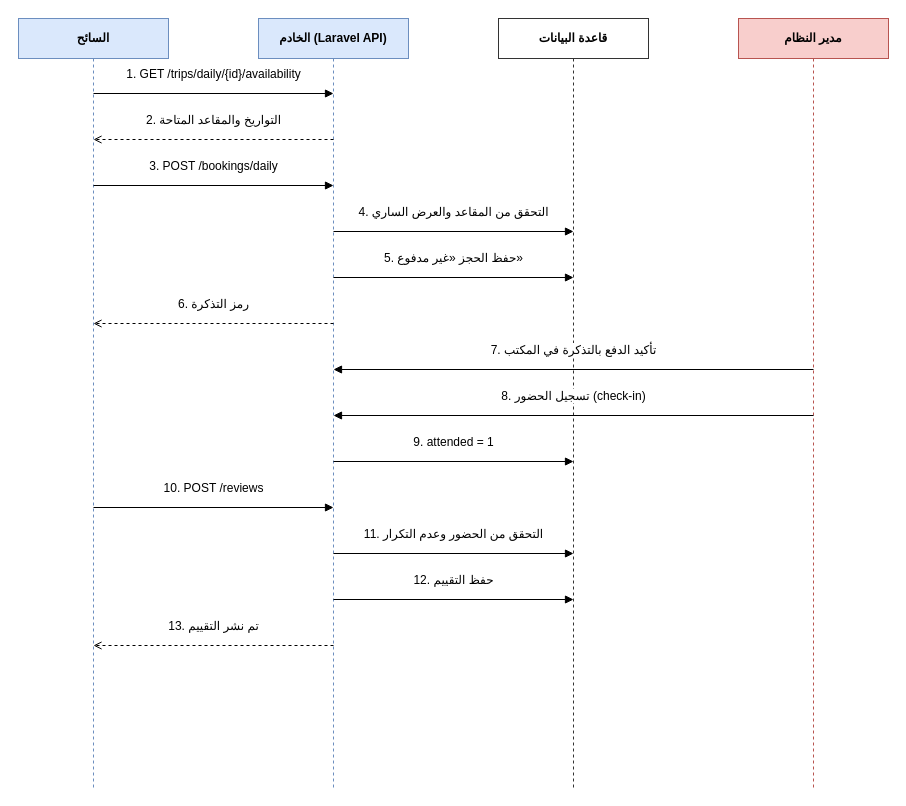
This is مخططات_التحليل_drawio/seq04_booking.drawio from masara-prog/Delni-project, a draw.io file, before an edit. Source tidied: cells renumbered, new cells numbered last; positions are measured from the earlier drawing's top-left corner, leaving out a move shared by most shapes. Both pictures are drawn from the tidied source at 100%, with x=0, y=0 at pixel (18, 18).
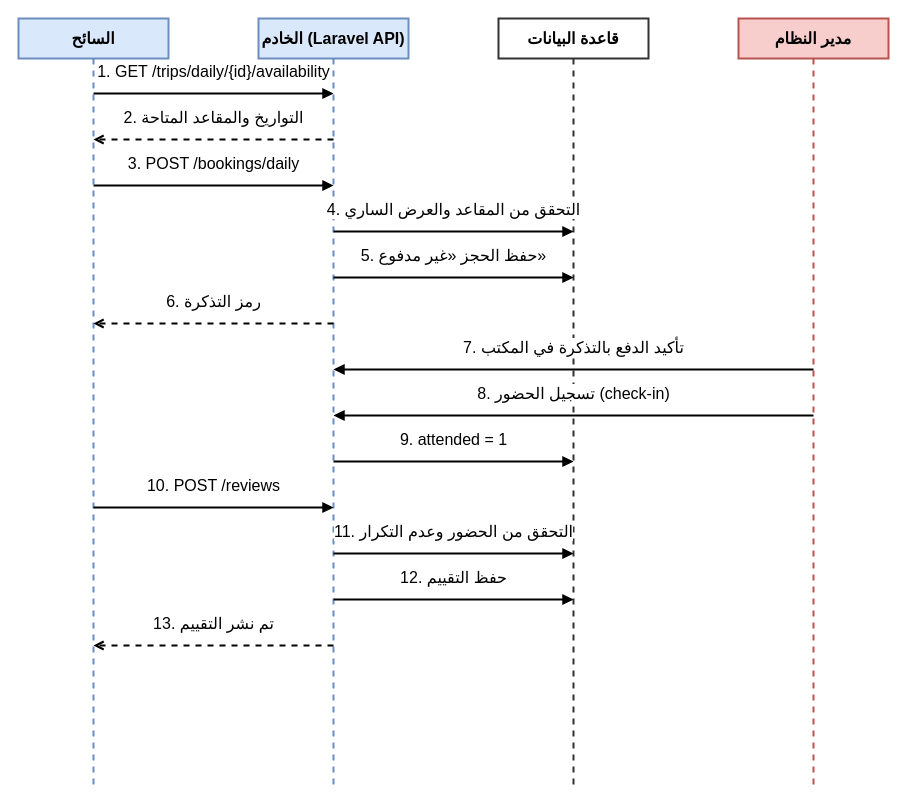
The same page after the edit.

Change to the diagram source:
```diff
@@
-    <mxCell id="2" value="السائح" style="shape=umlLifeline;perimeter=lifelinePerimeter;size=40;html=1;whiteSpace=wrap;fontFamily=Arial;fontSize=12;fontStyle=1;fillColor=#dae8fc;strokeColor=#6c8ebf;" parent="1" vertex="1">
+    <mxCell id="2" value="السائح" style="shape=umlLifeline;perimeter=lifelinePerimeter;size=40;html=1;whiteSpace=wrap;fontFamily=Arial;fontSize=16;fontStyle=1;fillColor=#dae8fc;strokeColor=#6c8ebf;strokeWidth=2;" parent="1" vertex="1">
       <mxGeometry width="150" height="770" as="geometry" />
     </mxCell>
-    <mxCell id="3" value="الخادم (Laravel API)" style="shape=umlLifeline;perimeter=lifelinePerimeter;size=40;html=1;whiteSpace=wrap;fontFamily=Arial;fontSize=12;fontStyle=1;fillColor=#dae8fc;strokeColor=#6c8ebf;" parent="1" vertex="1">
+    <mxCell id="3" value="الخادم (Laravel API)" style="shape=umlLifeline;perimeter=lifelinePerimeter;size=40;html=1;whiteSpace=wrap;fontFamily=Arial;fontSize=16;fontStyle=1;fillColor=#dae8fc;strokeColor=#6c8ebf;strokeWidth=2;" parent="1" vertex="1">
       <mxGeometry x="240" width="150" height="770" as="geometry" />
     </mxCell>
-    <mxCell id="4" value="قاعدة البيانات" style="shape=umlLifeline;perimeter=lifelinePerimeter;size=40;html=1;whiteSpace=wrap;fontFamily=Arial;fontSize=12;fontStyle=1;fillColor=#ffffff;strokeColor=#333333;" parent="1" vertex="1">
+    <mxCell id="4" value="قاعدة البيانات" style="shape=umlLifeline;perimeter=lifelinePerimeter;size=40;html=1;whiteSpace=wrap;fontFamily=Arial;fontSize=16;fontStyle=1;fillColor=#ffffff;strokeColor=#333333;strokeWidth=2;" parent="1" vertex="1">
       <mxGeometry x="480" width="150" height="770" as="geometry" />
     </mxCell>
-    <mxCell id="5" value="مدير النظام" style="shape=umlLifeline;perimeter=lifelinePerimeter;size=40;html=1;whiteSpace=wrap;fontFamily=Arial;fontSize=12;fontStyle=1;fillColor=#f8cecc;strokeColor=#b85450;" parent="1" vertex="1">
+    <mxCell id="5" value="مدير النظام" style="shape=umlLifeline;perimeter=lifelinePerimeter;size=40;html=1;whiteSpace=wrap;fontFamily=Arial;fontSize=16;fontStyle=1;fillColor=#f8cecc;strokeColor=#b85450;strokeWidth=2;" parent="1" vertex="1">
       <mxGeometry x="720" width="150" height="770" as="geometry" />
     </mxCell>
-    <mxCell id="6" value="1. GET /trips/daily/{id}/availability" style="endArrow=block;endFill=1;html=1;rounded=0;fontFamily=Arial;fontSize=12;labelBackgroundColor=#ffffff;verticalAlign=bottom;" parent="1" edge="1">
+    <mxCell id="6" value="1. GET /trips/daily/{id}/availability" style="endArrow=block;endFill=1;html=1;rounded=0;fontFamily=Arial;fontSize=16;labelBackgroundColor=#ffffff;verticalAlign=bottom;strokeWidth=2;" parent="1" edge="1">
       <mxGeometry relative="1" as="geometry">
         <mxPoint x="75" y="75" as="sourcePoint" />
         <mxPoint x="315" y="75" as="targetPoint" />
         <mxPoint y="-10" as="offset" />
       </mxGeometry>
     </mxCell>
-    <mxCell id="7" value="2. التواريخ والمقاعد المتاحة" style="dashed=1;endArrow=open;html=1;rounded=0;fontFamily=Arial;fontSize=12;labelBackgroundColor=#ffffff;verticalAlign=bottom;" parent="1" edge="1">
+    <mxCell id="7" value="2. التواريخ والمقاعد المتاحة" style="dashed=1;endArrow=open;html=1;rounded=0;fontFamily=Arial;fontSize=16;labelBackgroundColor=#ffffff;verticalAlign=bottom;strokeWidth=2;" parent="1" edge="1">
       <mxGeometry relative="1" as="geometry">
         <mxPoint x="315" y="121" as="sourcePoint" />
         <mxPoint x="75" y="121" as="targetPoint" />
         <mxPoint y="-10" as="offset" />
       </mxGeometry>
     </mxCell>
-    <mxCell id="8" value="3. POST /bookings/daily" style="endArrow=block;endFill=1;html=1;rounded=0;fontFamily=Arial;fontSize=12;labelBackgroundColor=#ffffff;verticalAlign=bottom;" parent="1" edge="1">
+    <mxCell id="8" value="3. POST /bookings/daily" style="endArrow=block;endFill=1;html=1;rounded=0;fontFamily=Arial;fontSize=16;labelBackgroundColor=#ffffff;verticalAlign=bottom;strokeWidth=2;" parent="1" edge="1">
       <mxGeometry relative="1" as="geometry">
         <mxPoint x="75" y="167" as="sourcePoint" />
         <mxPoint x="315" y="167" as="targetPoint" />
         <mxPoint y="-10" as="offset" />
       </mxGeometry>
     </mxCell>
-    <mxCell id="9" value="4. التحقق من المقاعد والعرض الساري" style="endArrow=block;endFill=1;html=1;rounded=0;fontFamily=Arial;fontSize=12;labelBackgroundColor=#ffffff;verticalAlign=bottom;" parent="1" edge="1">
+    <mxCell id="9" value="4. التحقق من المقاعد والعرض الساري" style="endArrow=block;endFill=1;html=1;rounded=0;fontFamily=Arial;fontSize=16;labelBackgroundColor=#ffffff;verticalAlign=bottom;strokeWidth=2;" parent="1" edge="1">
       <mxGeometry relative="1" as="geometry">
         <mxPoint x="315" y="213" as="sourcePoint" />
         <mxPoint x="555" y="213" as="targetPoint" />
         <mxPoint y="-10" as="offset" />
       </mxGeometry>
     </mxCell>
-    <mxCell id="10" value="5. حفظ الحجز «غير مدفوع»" style="endArrow=block;endFill=1;html=1;rounded=0;fontFamily=Arial;fontSize=12;labelBackgroundColor=#ffffff;verticalAlign=bottom;" parent="1" edge="1">
+    <mxCell id="10" value="5. حفظ الحجز «غير مدفوع»" style="endArrow=block;endFill=1;html=1;rounded=0;fontFamily=Arial;fontSize=16;labelBackgroundColor=#ffffff;verticalAlign=bottom;strokeWidth=2;" parent="1" edge="1">
       <mxGeometry relative="1" as="geometry">
         <mxPoint x="315" y="259" as="sourcePoint" />
         <mxPoint x="555" y="259" as="targetPoint" />
         <mxPoint y="-10" as="offset" />
       </mxGeometry>
     </mxCell>
-    <mxCell id="11" value="6. رمز التذكرة" style="dashed=1;endArrow=open;html=1;rounded=0;fontFamily=Arial;fontSize=12;labelBackgroundColor=#ffffff;verticalAlign=bottom;" parent="1" edge="1">
+    <mxCell id="11" value="6. رمز التذكرة" style="dashed=1;endArrow=open;html=1;rounded=0;fontFamily=Arial;fontSize=16;labelBackgroundColor=#ffffff;verticalAlign=bottom;strokeWidth=2;" parent="1" edge="1">
       <mxGeometry relative="1" as="geometry">
         <mxPoint x="315" y="305" as="sourcePoint" />
         <mxPoint x="75" y="305" as="targetPoint" />
         <mxPoint y="-10" as="offset" />
       </mxGeometry>
     </mxCell>
-    <mxCell id="12" value="7. تأكيد الدفع بالتذكرة في المكتب" style="endArrow=block;endFill=1;html=1;rounded=0;fontFamily=Arial;fontSize=12;labelBackgroundColor=#ffffff;verticalAlign=bottom;" parent="1" edge="1">
+    <mxCell id="12" value="7. تأكيد الدفع بالتذكرة في المكتب" style="endArrow=block;endFill=1;html=1;rounded=0;fontFamily=Arial;fontSize=16;labelBackgroundColor=#ffffff;verticalAlign=bottom;strokeWidth=2;" parent="1" edge="1">
       <mxGeometry relative="1" as="geometry">
         <mxPoint x="795" y="351" as="sourcePoint" />
         <mxPoint x="315" y="351" as="targetPoint" />
         <mxPoint y="-10" as="offset" />
       </mxGeometry>
     </mxCell>
-    <mxCell id="13" value="8. تسجيل الحضور (check-in)" style="endArrow=block;endFill=1;html=1;rounded=0;fontFamily=Arial;fontSize=12;labelBackgroundColor=#ffffff;verticalAlign=bottom;" parent="1" edge="1">
+    <mxCell id="13" value="8. تسجيل الحضور (check-in)" style="endArrow=block;endFill=1;html=1;rounded=0;fontFamily=Arial;fontSize=16;labelBackgroundColor=#ffffff;verticalAlign=bottom;strokeWidth=2;" parent="1" edge="1">
       <mxGeometry relative="1" as="geometry">
         <mxPoint x="795" y="397" as="sourcePoint" />
         <mxPoint x="315" y="397" as="targetPoint" />
         <mxPoint y="-10" as="offset" />
       </mxGeometry>
     </mxCell>
-    <mxCell id="14" value="9. attended = 1" style="endArrow=block;endFill=1;html=1;rounded=0;fontFamily=Arial;fontSize=12;labelBackgroundColor=#ffffff;verticalAlign=bottom;" parent="1" edge="1">
+    <mxCell id="14" value="9. attended = 1" style="endArrow=block;endFill=1;html=1;rounded=0;fontFamily=Arial;fontSize=16;labelBackgroundColor=#ffffff;verticalAlign=bottom;strokeWidth=2;" parent="1" edge="1">
       <mxGeometry relative="1" as="geometry">
         <mxPoint x="315" y="443" as="sourcePoint" />
         <mxPoint x="555" y="443" as="targetPoint" />
         <mxPoint y="-10" as="offset" />
       </mxGeometry>
     </mxCell>
-    <mxCell id="15" value="10. POST /reviews" style="endArrow=block;endFill=1;html=1;rounded=0;fontFamily=Arial;fontSize=12;labelBackgroundColor=#ffffff;verticalAlign=bottom;" parent="1" edge="1">
+    <mxCell id="15" value="10. POST /reviews" style="endArrow=block;endFill=1;html=1;rounded=0;fontFamily=Arial;fontSize=16;labelBackgroundColor=#ffffff;verticalAlign=bottom;strokeWidth=2;" parent="1" edge="1">
       <mxGeometry relative="1" as="geometry">
         <mxPoint x="75" y="489" as="sourcePoint" />
         <mxPoint x="315" y="489" as="targetPoint" />
         <mxPoint y="-10" as="offset" />
       </mxGeometry>
     </mxCell>
-    <mxCell id="16" value="11. التحقق من الحضور وعدم التكرار" style="endArrow=block;endFill=1;html=1;rounded=0;fontFamily=Arial;fontSize=12;labelBackgroundColor=#ffffff;verticalAlign=bottom;" parent="1" edge="1">
+    <mxCell id="16" value="11. التحقق من الحضور وعدم التكرار" style="endArrow=block;endFill=1;html=1;rounded=0;fontFamily=Arial;fontSize=16;labelBackgroundColor=#ffffff;verticalAlign=bottom;strokeWidth=2;" parent="1" edge="1">
       <mxGeometry relative="1" as="geometry">
         <mxPoint x="315" y="535" as="sourcePoint" />
         <mxPoint x="555" y="535" as="targetPoint" />
         <mxPoint y="-10" as="offset" />
       </mxGeometry>
     </mxCell>
-    <mxCell id="17" value="12. حفظ التقييم" style="endArrow=block;endFill=1;html=1;rounded=0;fontFamily=Arial;fontSize=12;labelBackgroundColor=#ffffff;verticalAlign=bottom;" parent="1" edge="1">
+    <mxCell id="17" value="12. حفظ التقييم" style="endArrow=block;endFill=1;html=1;rounded=0;fontFamily=Arial;fontSize=16;labelBackgroundColor=#ffffff;verticalAlign=bottom;strokeWidth=2;" parent="1" edge="1">
       <mxGeometry relative="1" as="geometry">
         <mxPoint x="315" y="581" as="sourcePoint" />
         <mxPoint x="555" y="581" as="targetPoint" />
         <mxPoint y="-10" as="offset" />
       </mxGeometry>
     </mxCell>
-    <mxCell id="18" value="13. تم نشر التقييم" style="dashed=1;endArrow=open;html=1;rounded=0;fontFamily=Arial;fontSize=12;labelBackgroundColor=#ffffff;verticalAlign=bottom;" parent="1" edge="1">
+    <mxCell id="18" value="13. تم نشر التقييم" style="dashed=1;endArrow=open;html=1;rounded=0;fontFamily=Arial;fontSize=16;labelBackgroundColor=#ffffff;verticalAlign=bottom;strokeWidth=2;" parent="1" edge="1">
       <mxGeometry relative="1" as="geometry">
         <mxPoint x="315" y="627" as="sourcePoint" />
         <mxPoint x="75" y="627" as="targetPoint" />
         <mxPoint y="-10" as="offset" />
       </mxGeometry>
     </mxCell>
```
